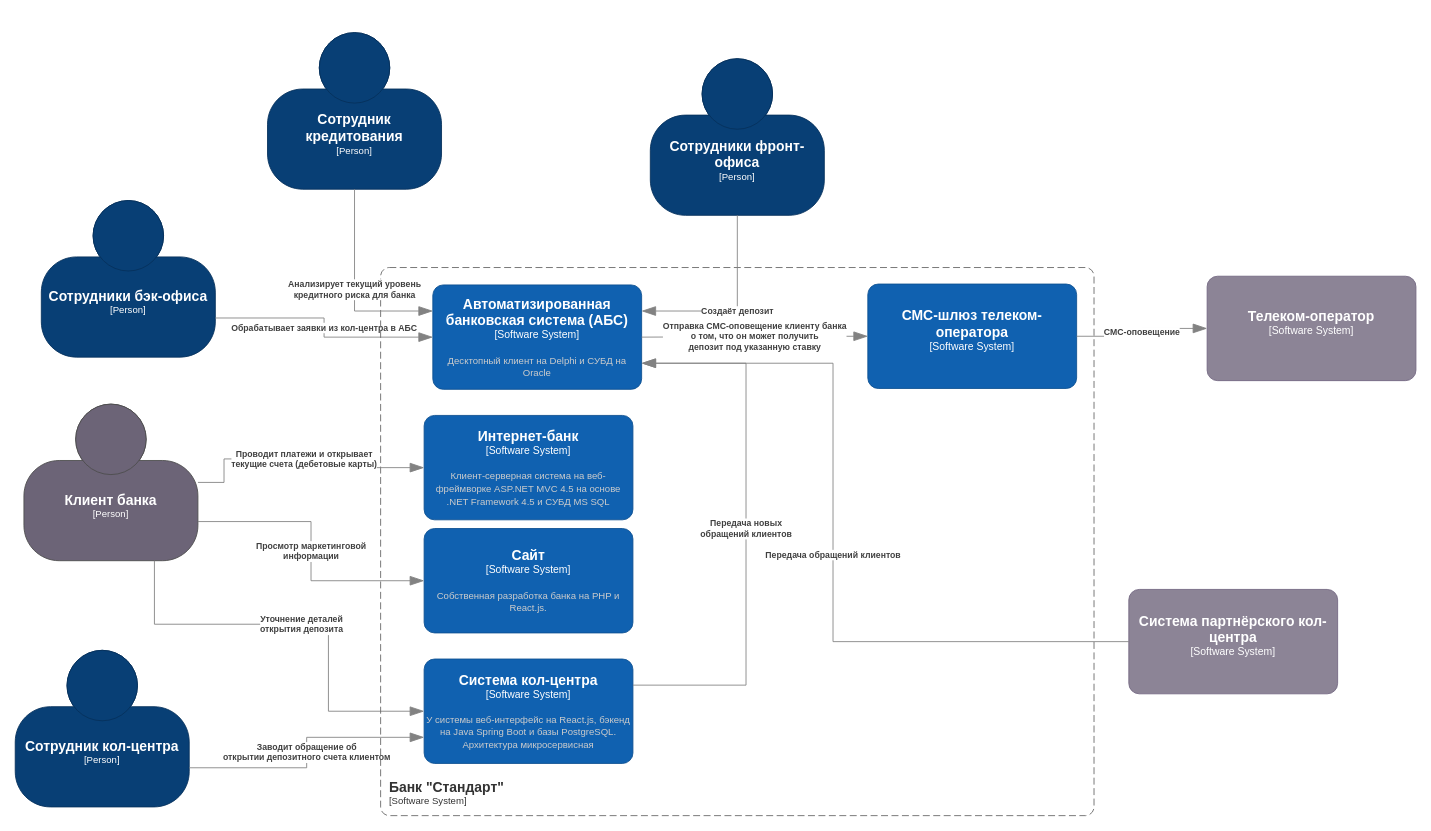
snakeduse/architecture-sprint-9 keeps this draw.io diagram as Exc1/2. Integration scheme.drawio. Above is the earlier version. Source tidied: cells renumbered, new cells numbered last; positions are measured from the earlier drawing's top-left corner, leaving out a move shared by most shapes. Both pictures are drawn from the tidied source at 87%, with x=0, y=0 at pixel (15, 32).
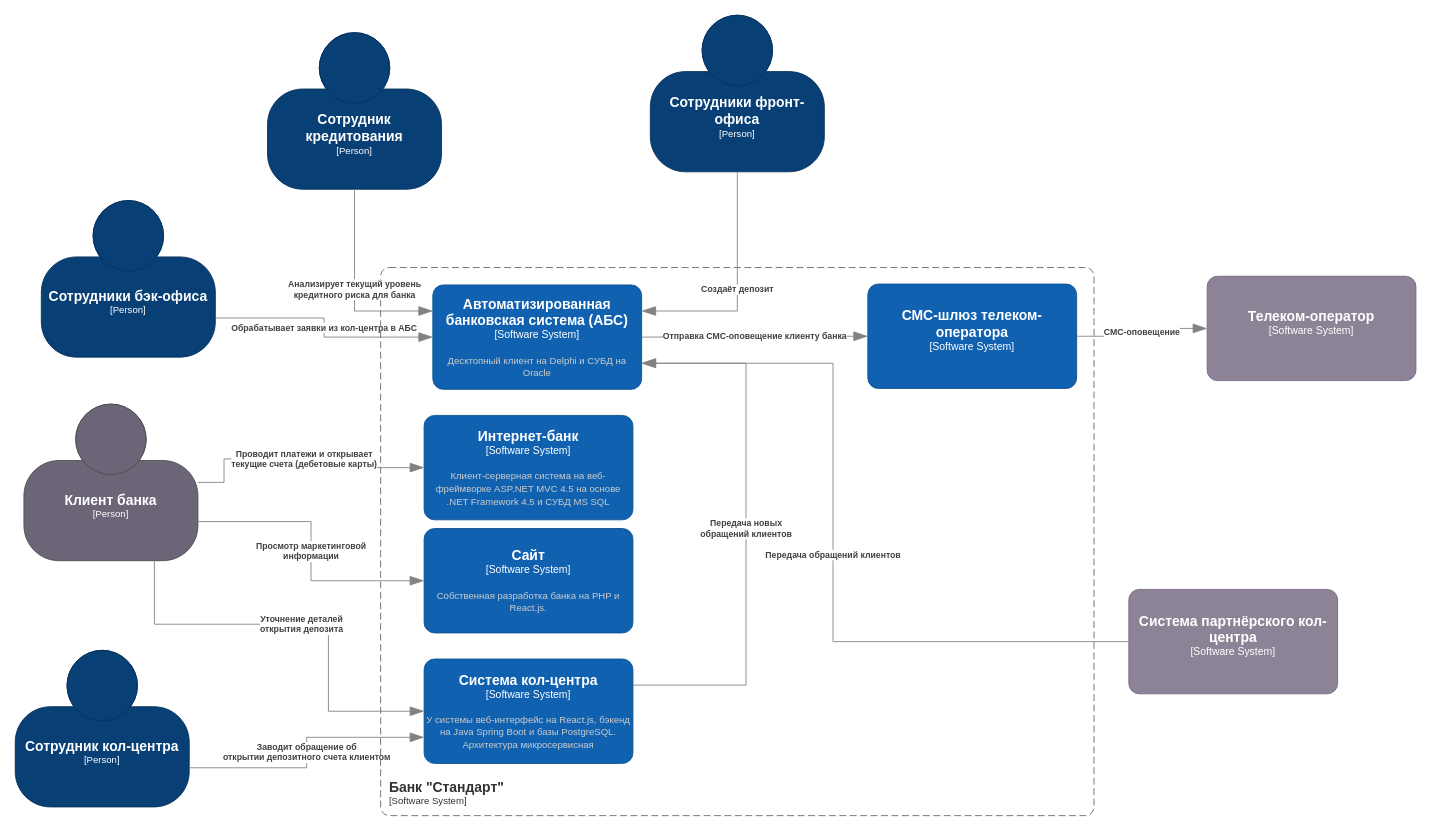
The same diagram, later.

Commit message:
feat(Exc1): Мелкие исправления в интеграционной схеме

Unchanged cells that the change refers to:
```xml
<object id="3" label="&lt;font style=&quot;font-size: 16px&quot;&gt;&lt;b&gt;%c4Name%&lt;/b&gt;&lt;/font&gt;&lt;div&gt;[%c4Type%]&lt;/div&gt;&lt;br&gt;&lt;div&gt;&lt;font style=&quot;font-size: 11px&quot;&gt;&lt;font color=&quot;#cccccc&quot;&gt;%c4Description%&lt;/font&gt;&lt;/div&gt;" c4Description="Десктопный клиент на Delphi и СУБД на Oracle" c4Name="Автоматизированная банковская система (АБС)" c4Type="Software System" placeholders="1">
  <mxCell style="rounded=1;whiteSpace=wrap;html=1;labelBackgroundColor=none;fillColor=#1061B0;fontColor=#ffffff;align=center;arcSize=10;strokeColor=#0D5091;points=[[0.25,0,0],[0.5,0,0],[0.75,0,0],[1,0.25,0],[1,0.5,0],[1,0.75,0],[0.75,1,0],[0.5,1,0],[0.25,1,0],[0,0.75,0],[0,0.5,0],[0,0.25,0]];" parent="1" vertex="1">
    <mxGeometry x="480" y="290" width="240" height="120" as="geometry" />
  </mxCell>
</object>
<object id="6" label="&lt;font style=&quot;font-size: 16px&quot;&gt;&lt;b&gt;%c4Name%&lt;/b&gt;&lt;/font&gt;&lt;div&gt;[%c4Type%]&lt;/div&gt;&lt;br&gt;&lt;div&gt;&lt;font style=&quot;font-size: 11px&quot;&gt;&lt;font color=&quot;#cccccc&quot;&gt;%c4Description%&lt;/font&gt;&lt;/div&gt;" c4Description="" c4Name="СМС-шлюз телеком-оператора" c4Type="Software System" placeholders="1">
  <mxCell style="rounded=1;whiteSpace=wrap;html=1;labelBackgroundColor=none;fillColor=#1061B0;fontColor=#ffffff;align=center;arcSize=10;strokeColor=#0D5091;points=[[0.25,0,0],[0.5,0,0],[0.75,0,0],[1,0.25,0],[1,0.5,0],[1,0.75,0],[0.75,1,0],[0.5,1,0],[0.25,1,0],[0,0.75,0],[0,0.5,0],[0,0.25,0]];" parent="1" vertex="1">
    <mxGeometry x="980" y="289" width="240" height="120" as="geometry" />
  </mxCell>
</object>
```

Diff of the diagram source:
```diff
@@
-    <object id="16" label="&lt;div style=&quot;text-align: left&quot;&gt;&lt;div style=&quot;text-align: center&quot;&gt;&lt;b&gt;%c4Description%&lt;/b&gt;&lt;/div&gt;" c4Description="Отправка СМС-оповещение клиенту банка&#10;о том, что он может получить&#10;депозит под указанную ставку" placeholders="1">
+    <object id="16" label="&lt;div style=&quot;text-align: left&quot;&gt;&lt;div style=&quot;text-align: center&quot;&gt;&lt;b&gt;%c4Description%&lt;/b&gt;&lt;/div&gt;" c4Description="Отправка СМС-оповещение клиенту банка" placeholders="1">
       <mxCell style="endArrow=blockThin;html=1;fontSize=10;fontColor=#404040;strokeWidth=1;endFill=1;strokeColor=#828282;elbow=vertical;endSize=14;startSize=14;jumpStyle=arc;jumpSize=16;rounded=0;edgeStyle=orthogonalEdgeStyle;exitX=1;exitY=0.5;exitDx=0;exitDy=0;exitPerimeter=0;entryX=0;entryY=0.5;entryDx=0;entryDy=0;entryPerimeter=0;" parent="1" edge="1" source="3" target="6">
         <mxGeometry relative="1" as="geometry" />
       </mxCell>
     </object>
@@
     <object id="21" label="&lt;font style=&quot;font-size: 16px&quot;&gt;&lt;b&gt;%c4Name%&lt;/b&gt;&lt;/font&gt;&lt;div&gt;[%c4Type%]&lt;/div&gt;&lt;br&gt;&lt;div&gt;&lt;font style=&quot;font-size: 11px&quot;&gt;&lt;font color=&quot;#cccccc&quot;&gt;%c4Description%&lt;/font&gt;&lt;/div&gt;" c4Description="" c4Name="Сотрудники фронт-офиса" c4Type="Person" placeholders="1">
       <mxCell style="html=1;fontSize=11;dashed=0;whiteSpace=wrap;fillColor=#083F75;strokeColor=#06315C;fontColor=#ffffff;shape=mxgraph.c4.person2;align=center;points=[[0.5,0,0],[1,0.5,0],[1,0.75,0],[0.75,1,0],[0.5,1,0],[0.25,1,0],[0,0.75,0],[0,0.5,0]];" parent="1" vertex="1">
-        <mxGeometry x="730" y="30" width="200" height="180" as="geometry" />
+        <mxGeometry x="730" y="-20" width="200" height="180" as="geometry" />
       </mxCell>
     </object>
```
